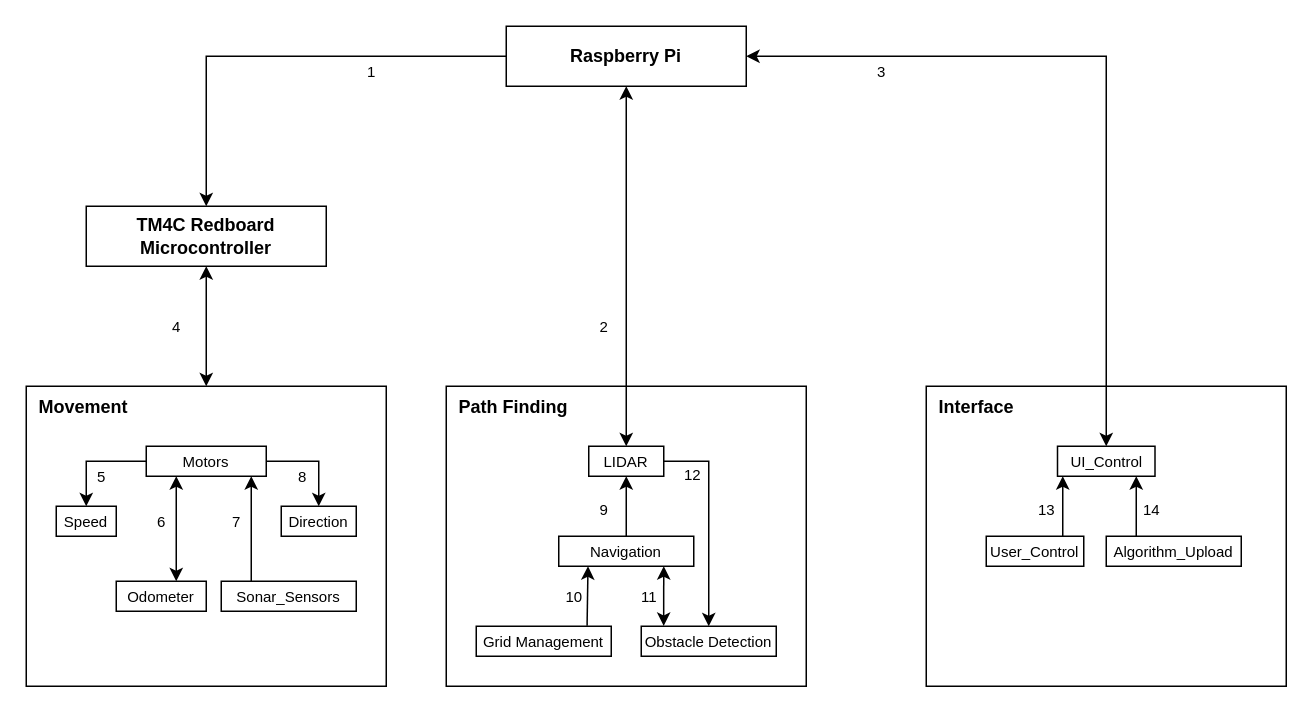
Earlier version of the draw.io diagram documentation/ArchitecturalDesignSpecification/drawio/data_flow.drawio (tragicfall/Senior-Design). Source tidied: cells renumbered, new cells numbered last; positions are measured from the earlier drawing's top-left corner, leaving out a move shared by most shapes. Both pictures are drawn from the tidied source at 150%, with x=0, y=0 at pixel (26, 26).
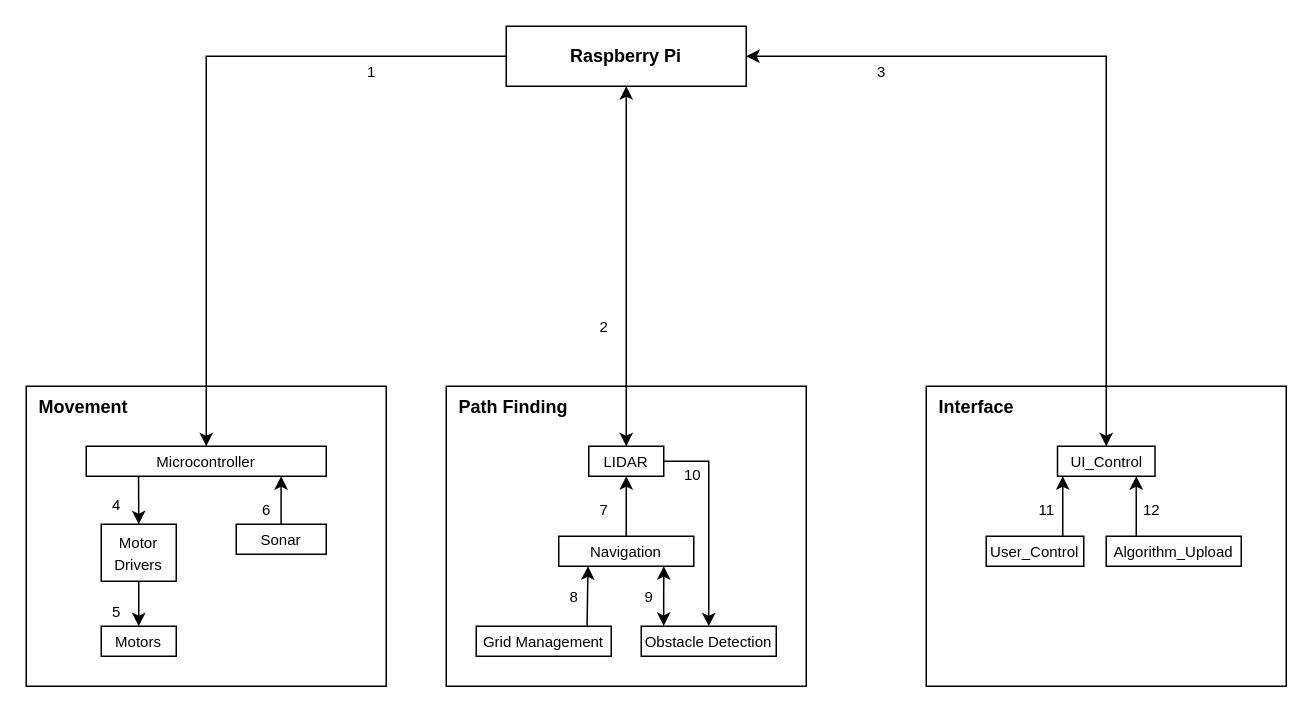
Above is the later version.

Unchanged cells that the change refers to:
```xml
<mxCell id="2" value="Raspberry Pi" style="rounded=0;whiteSpace=wrap;html=1;fontStyle=1;" parent="1" vertex="1">
  <mxGeometry x="320" width="160" height="40" as="geometry" />
</mxCell>
<mxCell id="5" value="&lt;b&gt;&amp;nbsp; Movement&lt;/b&gt;" style="rounded=0;whiteSpace=wrap;html=1;align=left;verticalAlign=top;" parent="1" vertex="1">
  <mxGeometry y="240" width="240" height="200" as="geometry" />
</mxCell>
<mxCell id="14" value="&lt;font style=&quot;font-size: 10px;&quot;&gt;LIDAR&lt;/font&gt;" style="rounded=0;whiteSpace=wrap;html=1;" parent="1" vertex="1">
  <mxGeometry x="375" y="280" width="50" height="20" as="geometry" />
</mxCell>
```

Change to the diagram source:
```diff
@@
-    <mxCell id="6" style="edgeStyle=orthogonalEdgeStyle;rounded=0;jettySize=auto;html=1;exitX=1;exitY=0.5;exitDx=0;exitDy=0;entryX=0.5;entryY=0;entryDx=0;entryDy=0;" parent="1" edge="1" source="8" target="10">
-      <mxGeometry relative="1" as="geometry" />
-    </mxCell>
-    <mxCell id="7" style="edgeStyle=orthogonalEdgeStyle;rounded=0;jettySize=auto;html=1;exitX=0;exitY=0.5;exitDx=0;exitDy=0;entryX=0.5;entryY=0;entryDx=0;entryDy=0;" parent="1" edge="1" source="8" target="9">
-      <mxGeometry relative="1" as="geometry" />
-    </mxCell>
-    <mxCell id="8" value="&lt;font style=&quot;font-size: 10px;&quot;&gt;Motors&lt;/font&gt;" style="rounded=0;whiteSpace=wrap;html=1;" parent="1" vertex="1">
-      <mxGeometry x="80" y="280" width="80" height="20" as="geometry" />
+    <mxCell id="8" value="&lt;font style=&quot;font-size: 10px;&quot;&gt;Microcontroller&lt;/font&gt;" style="rounded=0;whiteSpace=wrap;html=1;" parent="1" vertex="1">
+      <mxGeometry x="40" y="280" width="160" height="20" as="geometry" />
     </mxCell>
-    <mxCell id="9" value="&lt;font style=&quot;font-size: 10px;&quot;&gt;Speed&lt;/font&gt;" style="rounded=0;whiteSpace=wrap;html=1;" parent="1" vertex="1">
-      <mxGeometry x="20" y="320" width="40" height="20" as="geometry" />
-    </mxCell>
-    <mxCell id="10" value="&lt;font style=&quot;font-size: 10px;&quot;&gt;Direction&lt;/font&gt;" style="rounded=0;whiteSpace=wrap;html=1;" parent="1" vertex="1">
-      <mxGeometry x="170" y="320" width="50" height="20" as="geometry" />
-    </mxCell>
-    <mxCell id="11" value="&lt;font style=&quot;font-size: 10px;&quot;&gt;Odometer&lt;/font&gt;" style="rounded=0;whiteSpace=wrap;html=1;" parent="1" vertex="1">
-      <mxGeometry x="60" y="370" width="60" height="20" as="geometry" />
-    </mxCell>
-    <mxCell id="12" value="&lt;font style=&quot;font-size: 10px;&quot;&gt;Sonar_Sensors&lt;/font&gt;" style="rounded=0;whiteSpace=wrap;html=1;" parent="1" vertex="1">
-      <mxGeometry x="130" y="370" width="90" height="20" as="geometry" />
+    <mxCell id="12" value="&lt;font style=&quot;font-size: 10px;&quot;&gt;Sonar&lt;/font&gt;" style="rounded=0;whiteSpace=wrap;html=1;" parent="1" vertex="1">
+      <mxGeometry x="140" y="332" width="60" height="20" as="geometry" />
     </mxCell>
@@
-    <mxCell id="22" style="endArrow=classic;html=1;rounded=0;entryX=0.051;entryY=1.003;entryDx=0;entryDy=0;entryPerimeter=0;exitX=0.781;exitY=-0.016;exitDx=0;exitDy=0;exitPerimeter=0;targetPerimeterSpacing=-2;startArrow=none;startFill=0;endFill=1;" parent="1" edge="1">
-      <mxGeometry relative="1" as="geometry">
-        <mxPoint x="150" y="370" as="sourcePoint" />
-        <mxPoint x="150" y="300" as="targetPoint" />
-      </mxGeometry>
-    </mxCell>
-    <mxCell id="23" style="endArrow=classic;html=1;rounded=0;entryX=0.051;entryY=1.003;entryDx=0;entryDy=0;entryPerimeter=0;exitX=0.781;exitY=-0.016;exitDx=0;exitDy=0;exitPerimeter=0;targetPerimeterSpacing=-2;startArrow=classic;startFill=1;endFill=1;" parent="1" edge="1">
-      <mxGeometry relative="1" as="geometry">
-        <mxPoint x="100" y="370" as="sourcePoint" />
-        <mxPoint x="100" y="300" as="targetPoint" />
-      </mxGeometry>
-    </mxCell>
-    <mxCell id="24" style="edgeStyle=orthogonalEdgeStyle;rounded=0;jettySize=auto;html=1;exitX=0;exitY=0.5;exitDx=0;exitDy=0;entryX=0.5;entryY=0;entryDx=0;entryDy=0;startArrow=none;startFill=0;endArrow=classic;endFill=1;" parent="1" edge="1" source="2" target="44">
+    <mxCell id="24" style="edgeStyle=orthogonalEdgeStyle;rounded=0;jettySize=auto;html=1;exitX=0;exitY=0.5;exitDx=0;exitDy=0;entryX=0.5;entryY=0;entryDx=0;entryDy=0;startArrow=none;startFill=0;endArrow=classic;endFill=1;" parent="1" edge="1" source="2" target="8">
       <mxGeometry relative="1" as="geometry" />
     </mxCell>
@@
-    <mxCell id="26" value="&lt;font style=&quot;font-size: 10px;&quot;&gt;13&lt;/font&gt;" style="text;html=1;align=center;verticalAlign=middle;strokeColor=none;fillColor=none;spacing=-3;" parent="1" vertex="1">
+    <mxCell id="26" value="&lt;font style=&quot;font-size: 10px;&quot;&gt;11&lt;/font&gt;" style="text;html=1;align=center;verticalAlign=middle;strokeColor=none;fillColor=none;spacing=-3;" parent="1" vertex="1">
       <mxGeometry x="670" y="312" width="20" height="20" as="geometry" />
     </mxCell>
-    <mxCell id="27" value="&lt;font style=&quot;font-size: 10px;&quot;&gt;14&lt;/font&gt;" style="text;html=1;align=center;verticalAlign=middle;strokeColor=none;fillColor=none;spacing=-3;" parent="1" vertex="1">
+    <mxCell id="27" value="&lt;font style=&quot;font-size: 10px;&quot;&gt;12&lt;/font&gt;" style="text;html=1;align=center;verticalAlign=middle;strokeColor=none;fillColor=none;spacing=-3;" parent="1" vertex="1">
       <mxGeometry x="740" y="312" width="20" height="20" as="geometry" />
     </mxCell>
@@
-    <mxCell id="31" value="&lt;font style=&quot;font-size: 10px;&quot;&gt;9&lt;/font&gt;" style="text;html=1;align=center;verticalAlign=middle;strokeColor=none;fillColor=none;spacing=-3;" parent="1" vertex="1">
+    <mxCell id="31" value="&lt;font style=&quot;font-size: 10px;&quot;&gt;7&lt;/font&gt;" style="text;html=1;align=center;verticalAlign=middle;strokeColor=none;fillColor=none;spacing=-3;" parent="1" vertex="1">
       <mxGeometry x="375" y="312" width="20" height="20" as="geometry" />
     </mxCell>
-    <mxCell id="32" value="&lt;font style=&quot;font-size: 10px;&quot;&gt;5&lt;/font&gt;" style="text;html=1;align=center;verticalAlign=middle;strokeColor=none;fillColor=none;spacing=-3;" parent="1" vertex="1">
-      <mxGeometry x="40" y="290" width="20" height="20" as="geometry" />
-    </mxCell>
-    <mxCell id="33" value="&lt;font style=&quot;font-size: 10px;&quot;&gt;8&lt;/font&gt;" style="text;html=1;align=center;verticalAlign=middle;strokeColor=none;fillColor=none;spacing=-3;" parent="1" vertex="1">
-      <mxGeometry x="174" y="290" width="20" height="20" as="geometry" />
-    </mxCell>
-    <mxCell id="34" value="&lt;font style=&quot;font-size: 10px;&quot;&gt;7&lt;/font&gt;" style="text;html=1;align=center;verticalAlign=middle;strokeColor=none;fillColor=none;spacing=-3;" parent="1" vertex="1">
-      <mxGeometry x="130" y="320" width="20" height="20" as="geometry" />
-    </mxCell>
-    <mxCell id="35" value="&lt;font style=&quot;font-size: 10px;&quot;&gt;6&lt;/font&gt;" style="text;html=1;align=center;verticalAlign=middle;strokeColor=none;fillColor=none;spacing=-3;" parent="1" vertex="1">
-      <mxGeometry x="80" y="320" width="20" height="20" as="geometry" />
-    </mxCell>
@@
-    <mxCell id="40" value="&lt;font style=&quot;font-size: 10px;&quot;&gt;10&lt;/font&gt;" style="text;html=1;align=center;verticalAlign=middle;strokeColor=none;fillColor=none;spacing=-3;" parent="1" vertex="1">
+    <mxCell id="40" value="&lt;span style=&quot;font-size: 10px;&quot;&gt;8&lt;/span&gt;" style="text;html=1;align=center;verticalAlign=middle;strokeColor=none;fillColor=none;spacing=-3;" parent="1" vertex="1">
       <mxGeometry x="355" y="370" width="20" height="20" as="geometry" />
     </mxCell>
-    <mxCell id="41" value="&lt;font style=&quot;font-size: 10px;&quot;&gt;11&lt;/font&gt;" style="text;html=1;align=center;verticalAlign=middle;strokeColor=none;fillColor=none;spacing=-3;" parent="1" vertex="1">
+    <mxCell id="41" value="&lt;font style=&quot;font-size: 10px;&quot;&gt;9&lt;/font&gt;" style="text;html=1;align=center;verticalAlign=middle;strokeColor=none;fillColor=none;spacing=-3;" parent="1" vertex="1">
       <mxGeometry x="405" y="370" width="20" height="20" as="geometry" />
     </mxCell>
-    <mxCell id="42" value="&lt;font style=&quot;font-size: 10px;&quot;&gt;12&lt;/font&gt;" style="text;html=1;align=center;verticalAlign=middle;strokeColor=none;fillColor=none;spacing=-3;" parent="1" vertex="1">
+    <mxCell id="42" value="&lt;font style=&quot;font-size: 10px;&quot;&gt;10&lt;/font&gt;" style="text;html=1;align=center;verticalAlign=middle;strokeColor=none;fillColor=none;spacing=-3;" parent="1" vertex="1">
       <mxGeometry x="434" y="289" width="20" height="20" as="geometry" />
     </mxCell>
-    <mxCell id="43" style="edgeStyle=orthogonalEdgeStyle;rounded=0;jettySize=auto;html=1;entryX=0.5;entryY=0;entryDx=0;entryDy=0;startArrow=classic;startFill=1;" parent="1" edge="1" source="44" target="5">
-      <mxGeometry relative="1" as="geometry" />
-    </mxCell>
-    <mxCell id="44" value="&lt;b&gt;TM4C Redboard Microcontroller&lt;/b&gt;" style="rounded=0;whiteSpace=wrap;html=1;" parent="1" vertex="1">
-      <mxGeometry x="40" y="120" width="160" height="40" as="geometry" />
-    </mxCell>
+    <mxCell id="46" style="edgeStyle=orthogonalEdgeStyle;rounded=0;jettySize=auto;html=1;exitX=0.5;exitY=0;exitDx=0;exitDy=0;entryX=0.5;entryY=1;entryDx=0;entryDy=0;startArrow=classic;startFill=1;" parent="1" edge="1" source="14" target="2">
+      <mxGeometry relative="1" as="geometry" />
+    </mxCell>
+    <mxCell id="47" value="&lt;font style=&quot;font-size: 10px;&quot;&gt;Motor Drivers&lt;/font&gt;" style="rounded=0;whiteSpace=wrap;html=1;" parent="1" vertex="1">
+      <mxGeometry x="50" y="332" width="50" height="38" as="geometry" />
+    </mxCell>
+    <mxCell id="48" value="&lt;font style=&quot;font-size: 10px;&quot;&gt;Motors&lt;/font&gt;" style="rounded=0;whiteSpace=wrap;html=1;" parent="1" vertex="1">
+      <mxGeometry x="50" y="400" width="50" height="20" as="geometry" />
+    </mxCell>
+    <mxCell id="49" style="edgeStyle=orthogonalEdgeStyle;rounded=0;jettySize=auto;html=1;exitX=0.218;exitY=0.995;exitDx=0;exitDy=0;entryX=0.5;entryY=0;entryDx=0;entryDy=0;exitPerimeter=0;" parent="1" edge="1" source="8" target="47">
+      <mxGeometry relative="1" as="geometry" />
+    </mxCell>
+    <mxCell id="50" style="edgeStyle=orthogonalEdgeStyle;rounded=0;orthogonalLoop=1;jettySize=auto;html=1;exitX=0.218;exitY=0.995;exitDx=0;exitDy=0;entryX=0.5;entryY=0;entryDx=0;entryDy=0;exitPerimeter=0;startArrow=classic;startFill=1;endArrow=none;endFill=0;" parent="1" edge="1">
+      <mxGeometry relative="1" as="geometry">
+        <mxPoint x="169.9" y="300" as="sourcePoint" />
+        <mxPoint x="169.9" y="332" as="targetPoint" />
+      </mxGeometry>
+    </mxCell>
+    <mxCell id="51" style="edgeStyle=orthogonalEdgeStyle;rounded=0;jettySize=auto;html=1;exitX=0.5;exitY=1;exitDx=0;exitDy=0;entryX=0.5;entryY=0;entryDx=0;entryDy=0;" parent="1" edge="1" source="47" target="48">
+      <mxGeometry relative="1" as="geometry" />
+    </mxCell>
     <mxCell id="45" value="&lt;font style=&quot;font-size: 10px;&quot;&gt;4&lt;/font&gt;" style="text;html=1;align=center;verticalAlign=middle;strokeColor=none;fillColor=none;spacing=-3;" parent="1" vertex="1">
-      <mxGeometry x="90" y="190" width="20" height="20" as="geometry" />
+      <mxGeometry x="50" y="309" width="20" height="20" as="geometry" />
     </mxCell>
-    <mxCell id="46" style="edgeStyle=orthogonalEdgeStyle;rounded=0;jettySize=auto;html=1;exitX=0.5;exitY=0;exitDx=0;exitDy=0;entryX=0.5;entryY=1;entryDx=0;entryDy=0;startArrow=classic;startFill=1;" parent="1" edge="1" source="14" target="2">
-      <mxGeometry relative="1" as="geometry" />
-    </mxCell>
+    <mxCell id="32" value="&lt;font style=&quot;font-size: 10px;&quot;&gt;5&lt;/font&gt;" style="text;html=1;align=center;verticalAlign=middle;strokeColor=none;fillColor=none;spacing=-3;" parent="1" vertex="1">
+      <mxGeometry x="50" y="380" width="20" height="20" as="geometry" />
+    </mxCell>
+    <mxCell id="35" value="&lt;span style=&quot;font-size: 10px;&quot;&gt;6&lt;/span&gt;" style="text;html=1;align=center;verticalAlign=middle;strokeColor=none;fillColor=none;spacing=-3;" parent="1" vertex="1">
+      <mxGeometry x="150" y="312" width="20" height="20" as="geometry" />
+    </mxCell>
```
